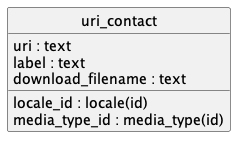
The PlantUML diagram doc/concepts/uri_contact/uml.png in contactopensource/contactopensource, before a commit.
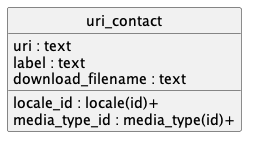
After the change.

Diff of the diagram source:
```diff
@@ -7,8 +7,8 @@
   uri : text
   label : text
   download_filename : text
-  locale_id : locale(id)
-  media_type_id : media_type(id)
+  locale_id : locale(id)+
+  media_type_id : media_type(id)+
 }
 
 @enduml
```
